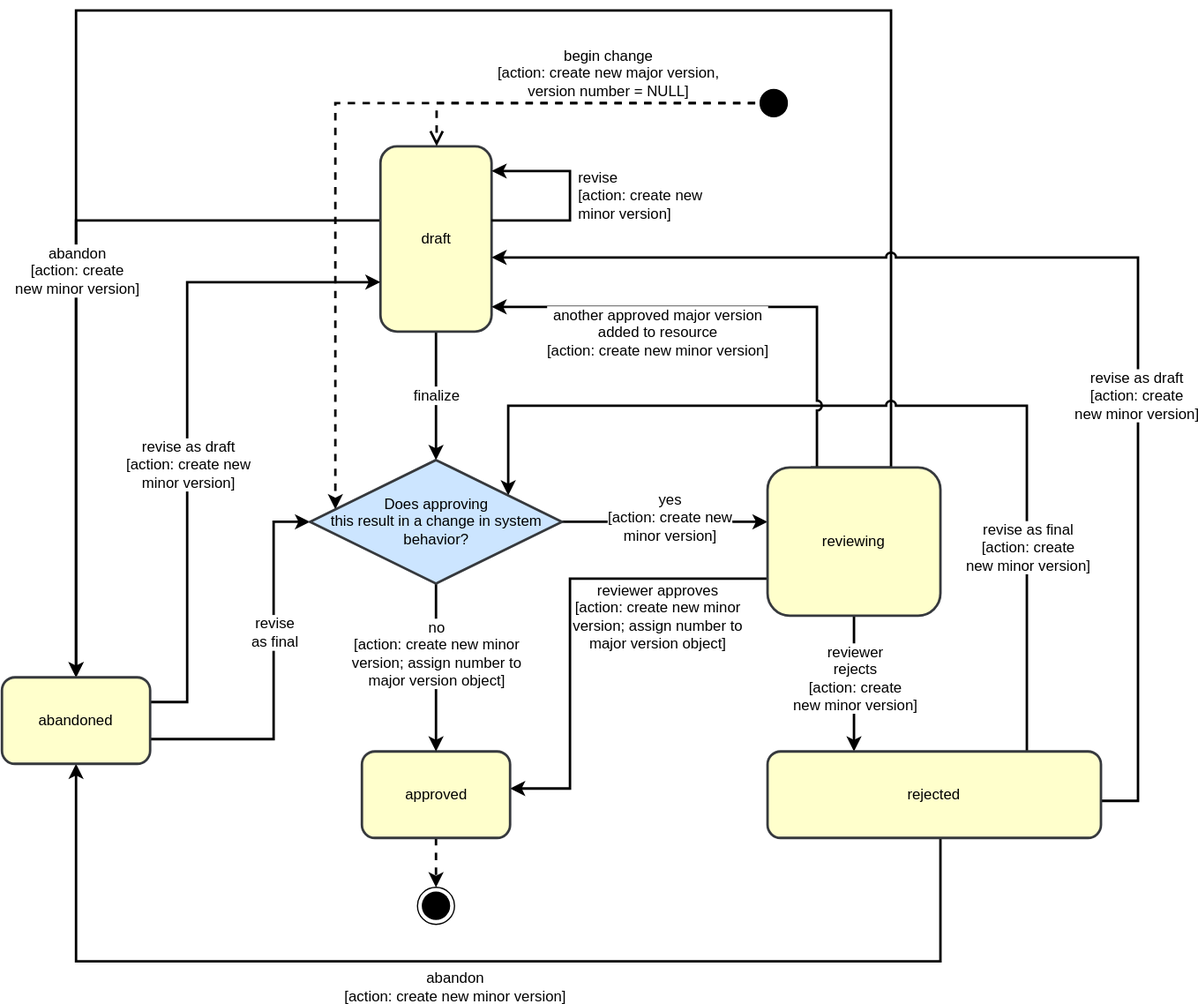
This is devdocs/reviewable-change-process.drawio.svg from fullstaq-labs/sqedule, a draw.io export, as it was before one commit. Source tidied: cells renumbered, new cells last; positions are measured from the earlier drawing's top-left corner, leaving out a move shared by most shapes.
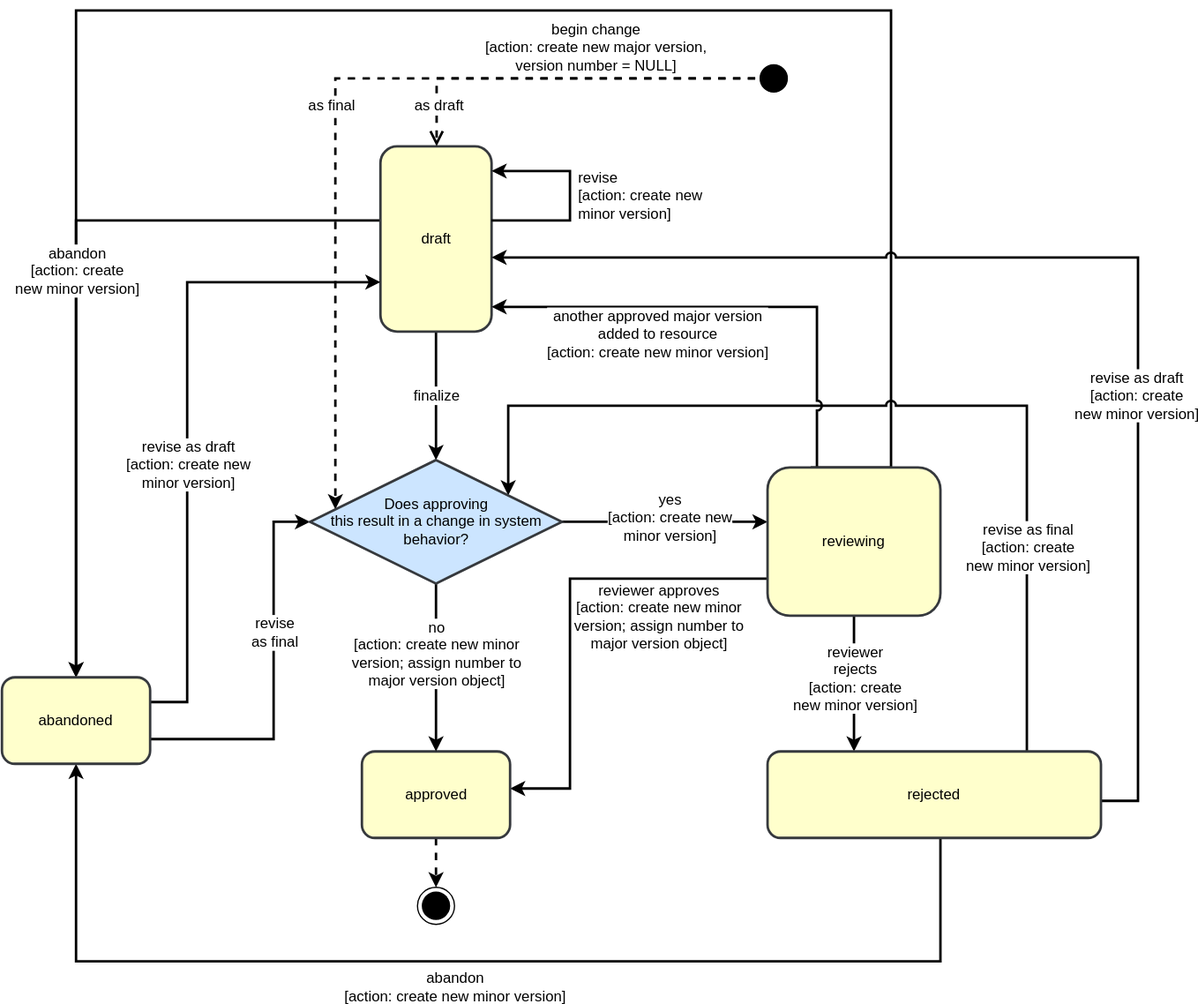
Above is the later version.

Diff of the diagram source:
```diff
@@ -5,12 +5,17 @@
     <mxCell id="2" style="edgeStyle=orthogonalEdgeStyle;rounded=0;jumpStyle=arc;jettySize=auto;html=1;strokeWidth=2;fontSize=12;dashed=1;" parent="1" edge="1" source="3" target="32">
       <mxGeometry relative="1" as="geometry">
         <Array as="points">
-          <mxPoint x="270" y="75" />
+          <mxPoint x="270" y="55" />
         </Array>
       </mxGeometry>
     </mxCell>
+    <mxCell id="40" value="as final" style="edgeLabel;html=1;align=center;verticalAlign=middle;fontSize=12;" parent="2" vertex="1">
+      <mxGeometry x="0.06" y="-4" relative="1" as="geometry">
+        <mxPoint y="-4" as="offset" />
+      </mxGeometry>
+    </mxCell>
     <mxCell id="3" style="ellipse;html=1;shape=startState;fillColor=#000000;fontSize=12;" parent="1" vertex="1">
-      <mxGeometry x="610" y="60" width="30" height="30" as="geometry" />
+      <mxGeometry x="610" y="40" width="30" height="30" as="geometry" />
     </mxCell>
     <mxCell id="4" style="edgeStyle=orthogonalEdgeStyle;rounded=0;jettySize=auto;html=1;endArrow=classic;endFill=1;strokeWidth=2;fontSize=12;" parent="1" edge="1" source="6" target="26">
       <mxGeometry relative="1" as="geometry">
@@ -35,7 +40,7 @@
     </mxCell>
     <mxCell id="8" value="reviewer approves&lt;br&gt;[action: create new minor&lt;br&gt;version; assign number to&lt;br&gt;major version object]" style="edgeLabel;html=1;align=center;verticalAlign=middle;fontSize=12;labelBackgroundColor=#ffffff;" parent="7" vertex="1">
       <mxGeometry x="0.21" y="2" relative="1" as="geometry">
-        <mxPoint x="68" y="-39" as="offset" />
+        <mxPoint x="69" y="-39" as="offset" />
       </mxGeometry>
     </mxCell>
     <mxCell id="9" style="edgeStyle=orthogonalEdgeStyle;rounded=0;jumpStyle=none;jettySize=auto;html=1;endArrow=classic;endFill=1;strokeColor=#000000;strokeWidth=2;fontSize=12;" parent="1" edge="1" source="37" target="21">
@@ -194,7 +199,7 @@
     </mxCell>
     <mxCell id="36" value="another approved major version&lt;br&gt;added to resource&lt;br&gt;[action: create new minor version]" style="edgeLabel;html=1;align=center;verticalAlign=middle;fontSize=12;" parent="35" vertex="1">
       <mxGeometry x="0.51" relative="1" as="geometry">
-        <mxPoint x="37" y="20" as="offset" />
+        <mxPoint x="37" y="21" as="offset" />
       </mxGeometry>
     </mxCell>
     <mxCell id="37" value="reviewing" style="rounded=1;whiteSpace=wrap;html=1;fontSize=12;strokeColor=#36393d;fillColor=#FFFFCC;strokeWidth=2;" parent="1" vertex="1">
@@ -203,14 +208,17 @@
     <mxCell id="38" style="edgeStyle=orthogonalEdgeStyle;html=1;verticalAlign=bottom;endArrow=open;endSize=8;dashed=1;fontSize=12;strokeWidth=2;rounded=0;" parent="1" edge="1" source="3" target="6">
       <mxGeometry relative="1" as="geometry">
         <Array as="points">
-          <mxPoint x="352" y="75" />
+          <mxPoint x="352" y="55" />
         </Array>
       </mxGeometry>
     </mxCell>
     <mxCell id="39" value="begin change&lt;br&gt;[action: create new major version,&lt;br&gt;version number = NULL]" style="edgeLabel;html=1;align=center;verticalAlign=middle;fontSize=12;" parent="38" vertex="1">
       <mxGeometry x="-0.03" relative="1" as="geometry">
-        <mxPoint x="23" y="-25" as="offset" />
+        <mxPoint x="22" y="-26" as="offset" />
       </mxGeometry>
     </mxCell>
+    <mxCell id="41" value="as draft" style="edgeLabel;html=1;align=center;verticalAlign=middle;fontSize=12;" parent="38" vertex="1">
+      <mxGeometry x="0.78" y="1" relative="1" as="geometry" />
+    </mxCell>
   </root>
 </mxGraphModel>
```
